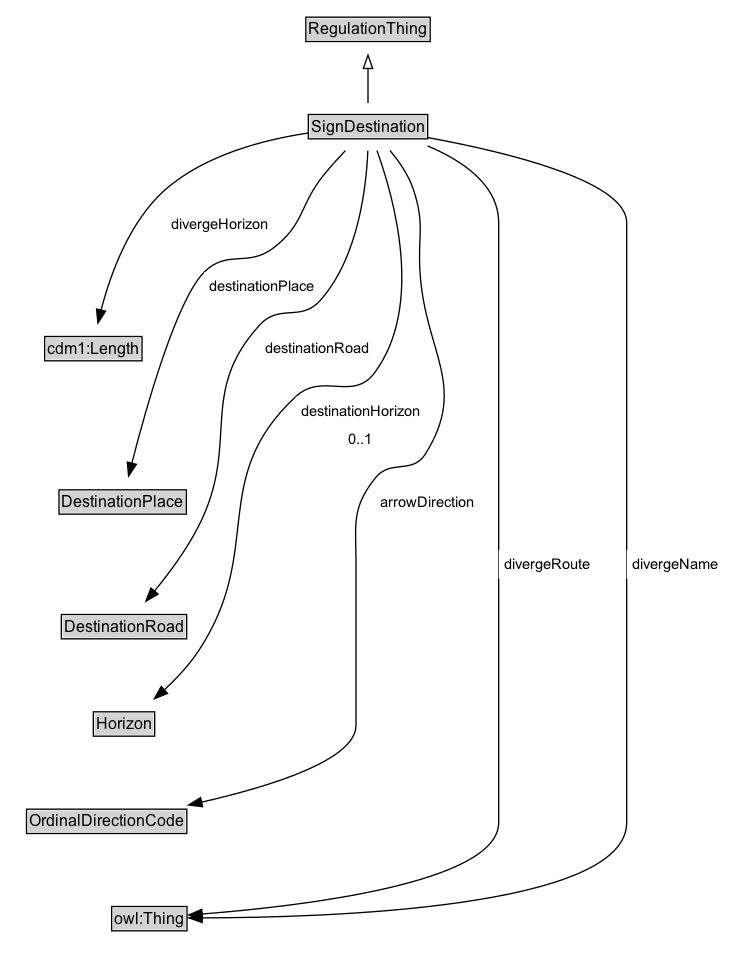
The Graphviz diagram docs/diagrams/SignDestination.dot.png in k-vaughn/ontology-its-regulation, before a commit. Its source is kept beside it as docs/diagrams/SignDestination.dot.
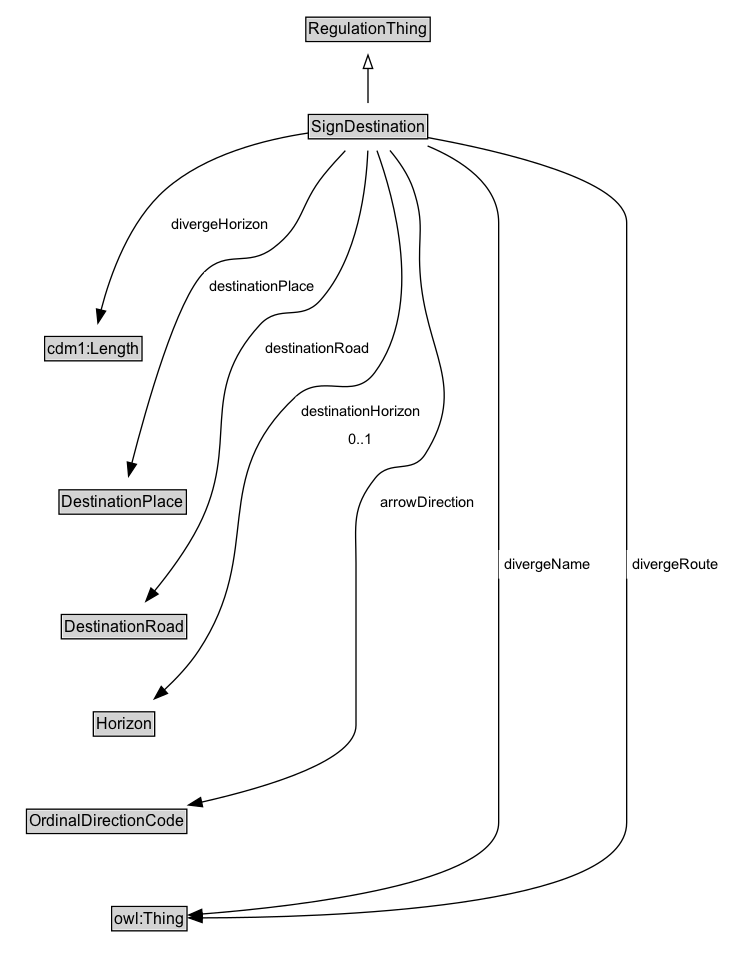
Above is the later version.

Change to the diagram source:
```diff
@@ -28,17 +28,17 @@
 	DestinationRoad -> Horizon [style=invis]
 	Horizon -> OrdinalDirectionCode [style=invis]
 	OrdinalDirectionCode -> owl_Thing [style=invis]
+	OrdinalDirectionCode [label=<<TABLE BORDER="1" CELLBORDER="0" CELLSPACING="0" CELLPADDING="1"><TR><TD BGCOLOR="lightgray" ALIGN="CENTER">OrdinalDirectionCode</TD></TR></TABLE>> URL="../OrdinalDirectionCode" margin=0]
+	SignDestination -> OrdinalDirectionCode [label=<<TABLE BORDER="0" CELLBORDER="0" CELLSPACING="0" CELLPADDING="4" BGCOLOR="white"><TR><TD ALIGN="CENTER">arrowDirection</TD></TR></TABLE>> arrowhead=normal style=solid]
+	Horizon [label=<<TABLE BORDER="1" CELLBORDER="0" CELLSPACING="0" CELLPADDING="1"><TR><TD BGCOLOR="lightgray" ALIGN="CENTER">Horizon</TD></TR></TABLE>> URL="../Horizon" margin=0]
+	SignDestination -> Horizon [label=<<TABLE BORDER="0" CELLBORDER="0" CELLSPACING="0" CELLPADDING="4" BGCOLOR="white"><TR><TD ALIGN="CENTER">destinationHorizon</TD></TR><TR><TD ALIGN="CENTER">0..1</TD></TR></TABLE>> arrowhead=normal style=solid]
 	DestinationPlace [label=<<TABLE BORDER="1" CELLBORDER="0" CELLSPACING="0" CELLPADDING="1"><TR><TD BGCOLOR="lightgray" ALIGN="CENTER">DestinationPlace</TD></TR></TABLE>> URL="../DestinationPlace" margin=0]
 	SignDestination -> DestinationPlace [label=<<TABLE BORDER="0" CELLBORDER="0" CELLSPACING="0" CELLPADDING="4" BGCOLOR="white"><TR><TD ALIGN="CENTER">destinationPlace</TD></TR></TABLE>> arrowhead=normal style=solid]
 	DestinationRoad [label=<<TABLE BORDER="1" CELLBORDER="0" CELLSPACING="0" CELLPADDING="1"><TR><TD BGCOLOR="lightgray" ALIGN="CENTER">DestinationRoad</TD></TR></TABLE>> URL="../DestinationRoad" margin=0]
 	SignDestination -> DestinationRoad [label=<<TABLE BORDER="0" CELLBORDER="0" CELLSPACING="0" CELLPADDING="4" BGCOLOR="white"><TR><TD ALIGN="CENTER">destinationRoad</TD></TR></TABLE>> arrowhead=normal style=solid]
-	Horizon [label=<<TABLE BORDER="1" CELLBORDER="0" CELLSPACING="0" CELLPADDING="1"><TR><TD BGCOLOR="lightgray" ALIGN="CENTER">Horizon</TD></TR></TABLE>> URL="../Horizon" margin=0]
-	SignDestination -> Horizon [label=<<TABLE BORDER="0" CELLBORDER="0" CELLSPACING="0" CELLPADDING="4" BGCOLOR="white"><TR><TD ALIGN="CENTER">destinationHorizon</TD></TR><TR><TD ALIGN="CENTER">0..1</TD></TR></TABLE>> arrowhead=normal style=solid]
-	OrdinalDirectionCode [label=<<TABLE BORDER="1" CELLBORDER="0" CELLSPACING="0" CELLPADDING="1"><TR><TD BGCOLOR="lightgray" ALIGN="CENTER">OrdinalDirectionCode</TD></TR></TABLE>> URL="../OrdinalDirectionCode" margin=0]
-	SignDestination -> OrdinalDirectionCode [label=<<TABLE BORDER="0" CELLBORDER="0" CELLSPACING="0" CELLPADDING="4" BGCOLOR="white"><TR><TD ALIGN="CENTER">arrowDirection</TD></TR></TABLE>> arrowhead=normal style=solid]
-	owl_Thing [label=<<TABLE BORDER="1" CELLBORDER="0" CELLSPACING="0" CELLPADDING="1"><TR><TD BGCOLOR="lightgray" ALIGN="CENTER">owl:Thing</TD></TR></TABLE>> URL="https://w3id.org/citydata/imported/owl/latest/Thing" margin=0]
-	SignDestination -> owl_Thing [label=<<TABLE BORDER="0" CELLBORDER="0" CELLSPACING="0" CELLPADDING="4" BGCOLOR="white"><TR><TD ALIGN="CENTER">divergeRoute</TD></TR></TABLE>> arrowhead=normal style=solid]
-	SignDestination -> owl_Thing [label=<<TABLE BORDER="0" CELLBORDER="0" CELLSPACING="0" CELLPADDING="4" BGCOLOR="white"><TR><TD ALIGN="CENTER">divergeName</TD></TR></TABLE>> arrowhead=normal style=solid]
 	cdm1_Length [label=<<TABLE BORDER="1" CELLBORDER="0" CELLSPACING="0" CELLPADDING="1"><TR><TD BGCOLOR="lightgray" ALIGN="CENTER">cdm1:Length</TD></TR></TABLE>> URL="https://w3id.org/citydata/part1/v1/Length" margin=0]
 	SignDestination -> cdm1_Length [label=<<TABLE BORDER="0" CELLBORDER="0" CELLSPACING="0" CELLPADDING="4" BGCOLOR="white"><TR><TD ALIGN="CENTER">divergeHorizon</TD></TR></TABLE>> arrowhead=normal style=solid]
+	owl_Thing [label=<<TABLE BORDER="1" CELLBORDER="0" CELLSPACING="0" CELLPADDING="1"><TR><TD BGCOLOR="lightgray" ALIGN="CENTER">owl:Thing</TD></TR></TABLE>> URL="https://w3id.org/citydata/imported/owl/latest/Thing" margin=0]
+	SignDestination -> owl_Thing [label=<<TABLE BORDER="0" CELLBORDER="0" CELLSPACING="0" CELLPADDING="4" BGCOLOR="white"><TR><TD ALIGN="CENTER">divergeName</TD></TR></TABLE>> arrowhead=normal style=solid]
+	SignDestination -> owl_Thing [label=<<TABLE BORDER="0" CELLBORDER="0" CELLSPACING="0" CELLPADDING="4" BGCOLOR="white"><TR><TD ALIGN="CENTER">divergeRoute</TD></TR></TABLE>> arrowhead=normal style=solid]
 }
```
